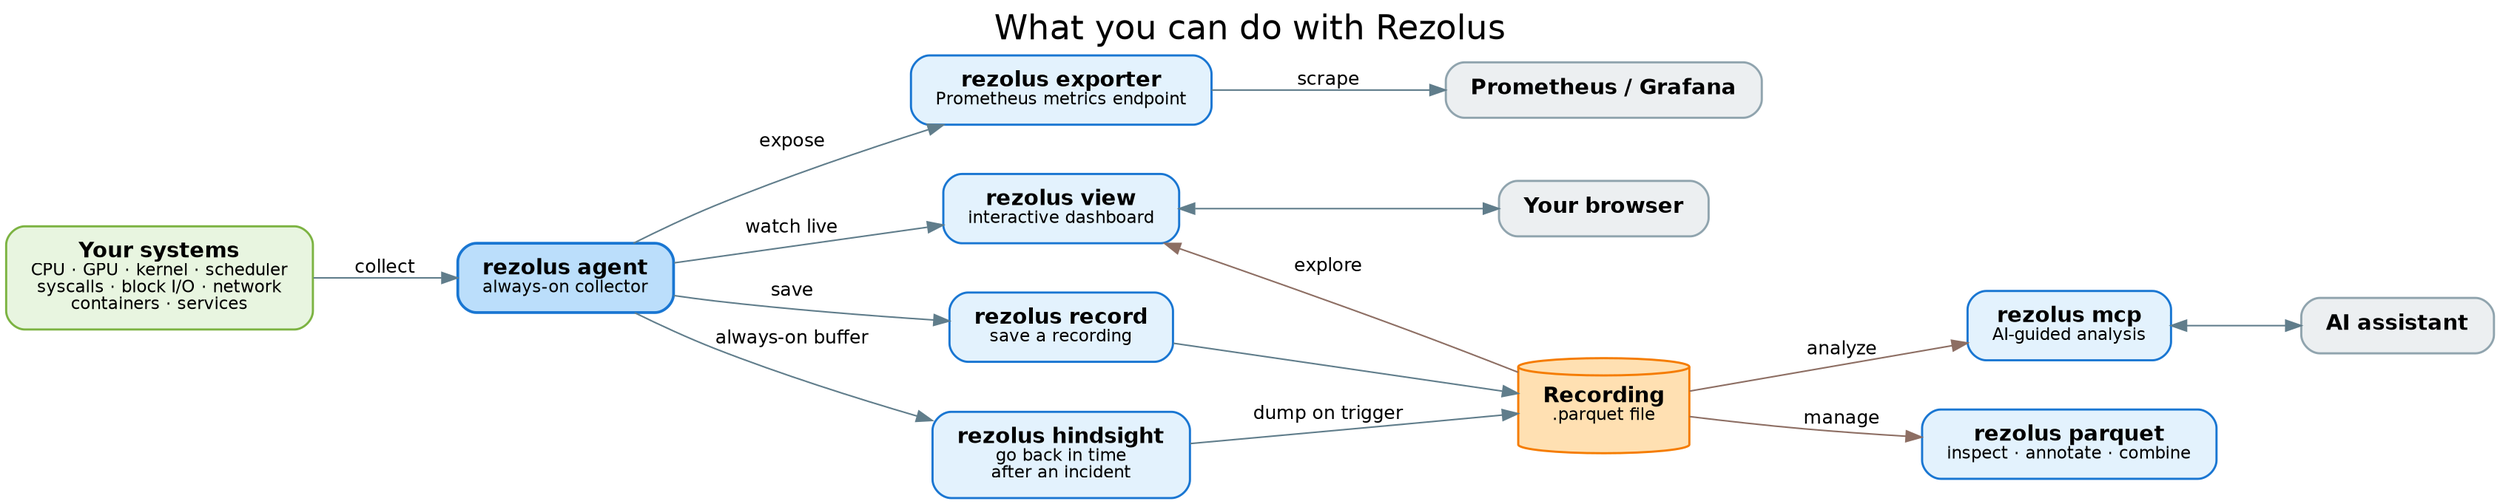
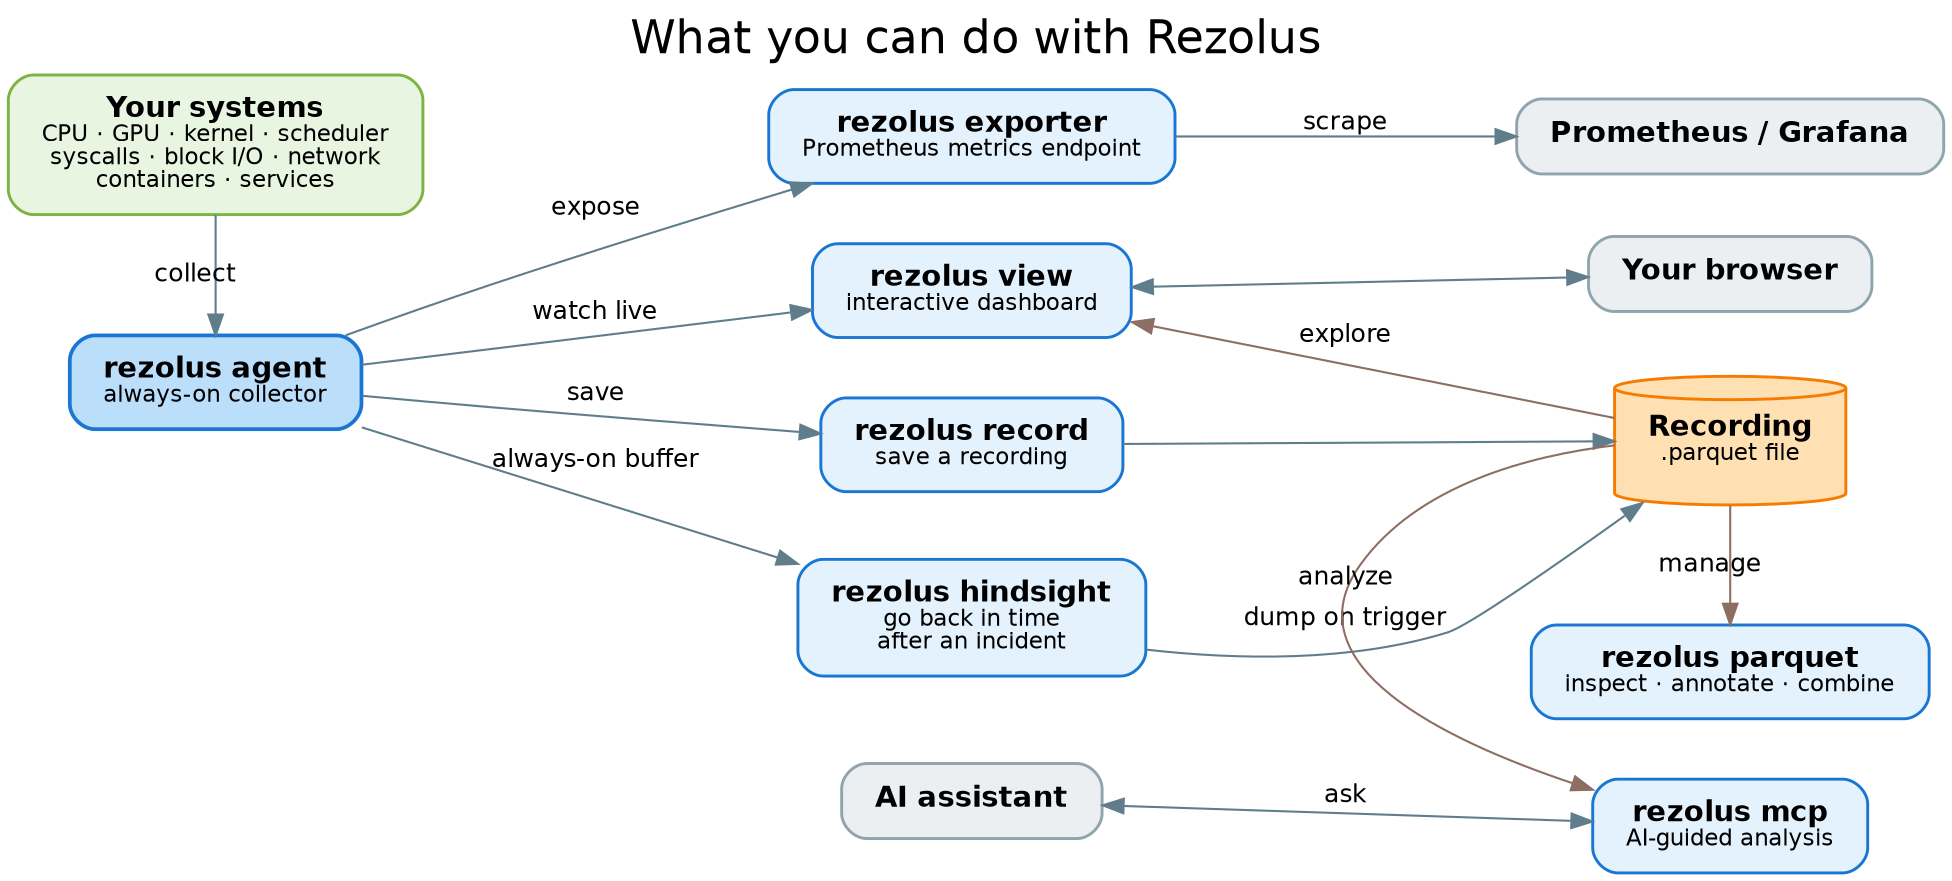
// Rezolus — what you can do with it (user's view)
//
// Render:  dot -Tsvg docs/architecture.dot -o docs/architecture.svg
//          dot -Tpng docs/architecture.dot -o docs/architecture.png
//
// Everything below is the one `rezolus` binary — you just pick the
// subcommand for the job. Arrows read as "what you do next".

digraph rezolus {
  rankdir=LR;
  fontname="Helvetica";
  labelloc="t";
  label="What you can do with Rezolus";
  fontsize=22;
-   nodesep=0.45;
-   ranksep=0.75;
+   nodesep=0.4;
+   ranksep=0.9;
  bgcolor="white";

  node [fontname="Helvetica", fontsize=14, shape=box, style="rounded,filled", penwidth=1.4, margin="0.22,0.14"];
  edge [fontname="Helvetica", fontsize=12, color="#607d8b"];

  // ---- What you're watching --------------------------------------------
  system [label=<<b>Your systems</b><br/><font point-size="11">CPU · GPU · kernel · scheduler<br/>syscalls · block I/O · network<br/>containers · services</font>>,
          fillcolor="#e8f5e0", color="#7cb342"];

  // ---- The always-on collector -----------------------------------------
  agent [label=<<b>rezolus agent</b><br/><font point-size="11">always-on collector</font>>,
         fillcolor="#bbdefb", color="#1976d2", penwidth=1.8];

  // ---- Live: stream and watch ------------------------------------------
  exporter [label=<<b>rezolus exporter</b><br/><font point-size="11">Prometheus metrics endpoint</font>>, fillcolor="#e3f2fd", color="#1976d2"];
  view     [label=<<b>rezolus view</b><br/><font point-size="11">interactive dashboard</font>>,     fillcolor="#e3f2fd", color="#1976d2"];

  // ---- Capture to a file -----------------------------------------------
  record    [label=<<b>rezolus record</b><br/><font point-size="11">save a recording</font>>,                 fillcolor="#e3f2fd", color="#1976d2"];
  hindsight [label=<<b>rezolus hindsight</b><br/><font point-size="11">go back in time<br/>after an incident</font>>, fillcolor="#e3f2fd", color="#1976d2"];

  // ---- Work with recordings --------------------------------------------
  mcp     [label=<<b>rezolus mcp</b><br/><font point-size="11">AI-guided analysis</font>>,          fillcolor="#e3f2fd", color="#1976d2"];
  pqtools [label=<<b>rezolus parquet</b><br/><font point-size="11">inspect · annotate · combine</font>>, fillcolor="#e3f2fd", color="#1976d2"];

  // ---- The recording artifact ------------------------------------------
  recording [label=<<b>Recording</b><br/><font point-size="11">.parquet file</font>>,
             shape=cylinder, fillcolor="#ffe0b2", color="#f57c00"];

  // ---- Where the value lands -------------------------------------------
  grafana [label=<<b>Prometheus / Grafana</b>>, fillcolor="#eceff1", color="#90a4ae"];
  browser [label=<<b>Your browser</b>>,          fillcolor="#eceff1", color="#90a4ae"];
  llm     [label=<<b>AI assistant</b>>,           fillcolor="#eceff1", color="#90a4ae"];

+   // ---- Layout: stack nodes into columns for a squarer picture ----------
+   // "Your systems" sits directly above the agent.
+   {rank=same; system; agent;}
+   // The live subcommands (plus the AI assistant, pinned here so it lands
+   // to the left of the mcp box).
+   {rank=same; exporter; view; record; hindsight; llm;}
+   // The recording and everything that consumes it share one column, so
+   // mcp and parquet stack directly below the recording.
+   {rank=same; grafana; browser; recording; mcp; pqtools;}
+ 
  // ---- Collect ----------------------------------------------------------
-   system -> agent [label="collect"];
+   system -> agent [label="collect", constraint=false];

  // ---- Live from the agent ---------------------------------------------
-   agent -> exporter [label="expose"];
-   agent -> view     [label="watch live"];
-   agent -> record   [label="save"];
+   agent -> exporter  [label="expose"];
+   agent -> view      [label="watch live"];
+   agent -> record    [label="save"];
  agent -> hindsight [label="always-on buffer"];

  exporter -> grafana [label="scrape"];

  // ---- Produce a recording ---------------------------------------------
  record    -> recording;
  hindsight -> recording [label="dump on trigger"];

-   // ---- Do things with the recording (view sits with the live actions;
-   //      this edge is unconstrained so it doesn't stretch the layout) ----
+   // ---- Do things with the recording ------------------------------------
  recording -> view    [label="explore", color="#8d6e63", constraint=false];
  recording -> mcp     [label="analyze", color="#8d6e63"];
  recording -> pqtools [label="manage",  color="#8d6e63"];

  // ---- Outcomes ---------------------------------------------------------
  view -> browser [dir=both];
-   mcp  -> llm     [dir=both];
+   llm  -> mcp     [label="ask", dir=both, constraint=false];
}
